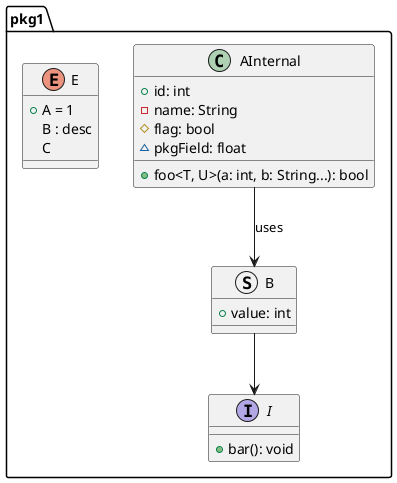
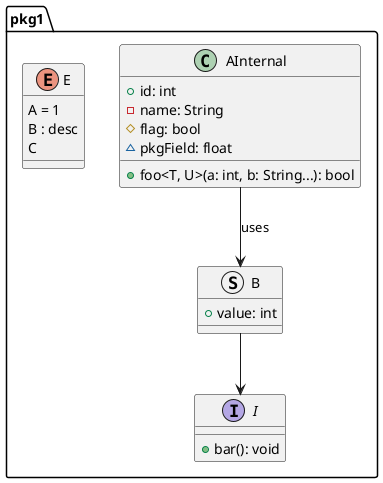
' *******************************************************************************
' Copyright (c) 2026 Contributors to the Eclipse Foundation
'
' See the NOTICE file(s) distributed with this work for additional
' information regarding copyright ownership.
'
' This program and the accompanying materials are made available under the
' terms of the Apache License Version 2.0 which is available at
' https://www.apache.org/licenses/LICENSE-2.0
'
' SPDX-License-Identifier: Apache-2.0
' *******************************************************************************
@startuml full_features

package "pkg1" {
    class "AInternal" as A {
        +id: int
        -name: String
        #flag: bool
        ~pkgField: float

        +foo<T, U>(a: int, b: String...): bool
    }

    struct B {
        +value: int
    }

    interface I {
        +bar(): void
    }

    enum E {
-         +A = 1
+         A = 1
        B : desc
        C
    }

    A --> B : uses
    B --> I
}

@enduml
